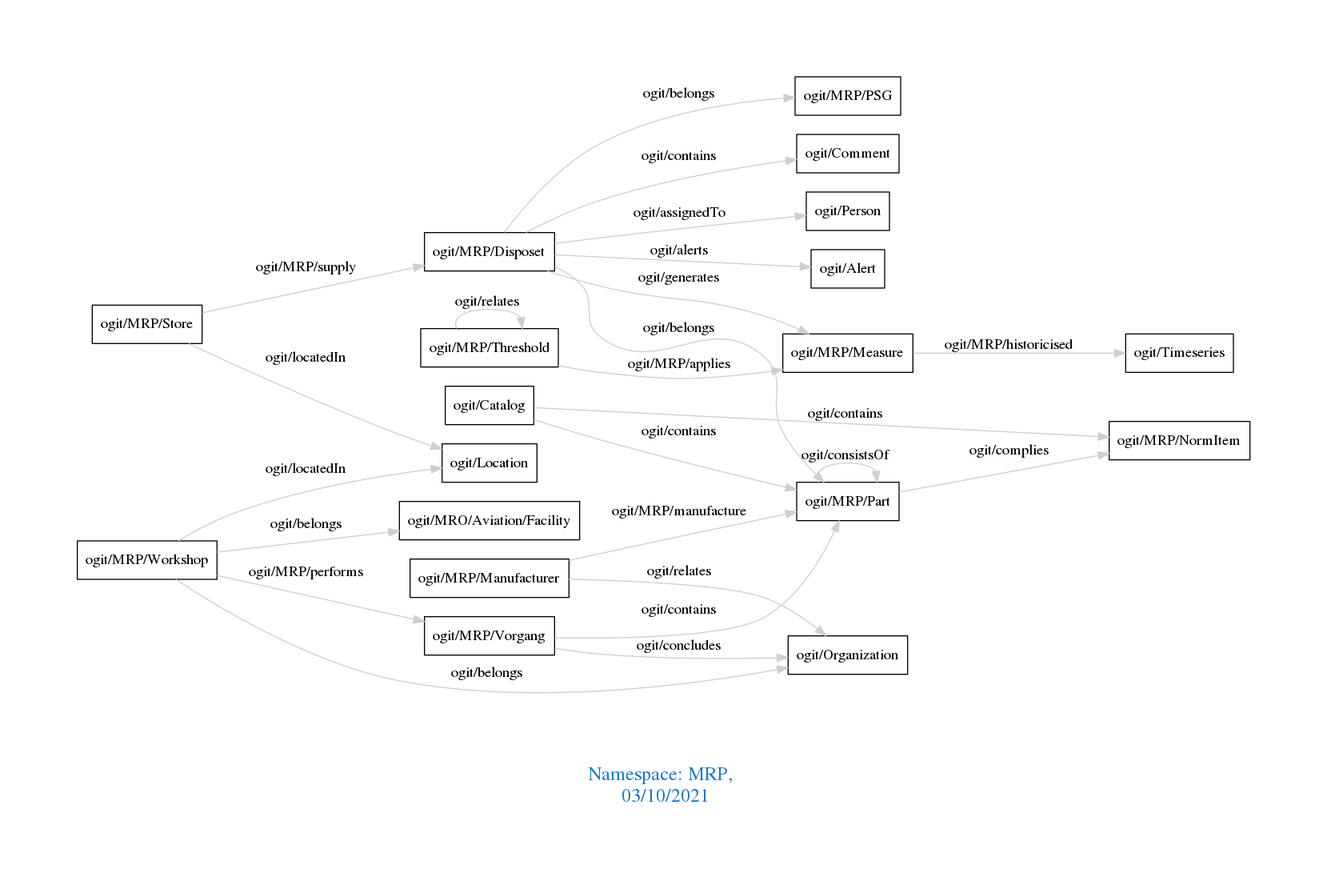
This is downloads/MRP.png from arago/OGIT, a Graphviz export, as it was before one commit. Its source is kept beside it as downloads/MRP.dot. Its diagram source:
```dot
digraph OGIT_ontology {
 graph [ rankdir= LR,pad=1
fontsize = 18,
fontcolor= dodgerblue3,label = "\n\n\nNamespace: MRP, \n 03/10/2021"];
node[shape=polygon];
edge [  color="gray81"];

   "ogit/MRP/Disposet" -> "ogit/Comment" [label="   ogit/contains    "];
   "ogit/MRP/Vorgang" -> "ogit/MRP/Part" [label="   ogit/contains    "];
   "ogit/Catalog" -> "ogit/MRP/NormItem" [label="   ogit/contains    "];
   "ogit/Catalog" -> "ogit/MRP/Part" [label="   ogit/contains    "];
   "ogit/MRP/Vorgang" -> "ogit/Organization" [label="   ogit/concludes    "];
   "ogit/MRP/Disposet" -> "ogit/Person" [label="   ogit/assignedTo    "];
   "ogit/MRP/Disposet" -> "ogit/MRP/Measure" [label="   ogit/generates    "];
   "ogit/MRP/Threshold" -> "ogit/MRP/Measure" [label="   ogit/MRP/applies    "];
   "ogit/MRP/Part" -> "ogit/MRP/NormItem" [label="   ogit/complies    "];
   "ogit/MRP/Workshop" -> "ogit/MRP/Vorgang" [label="   ogit/MRP/performs    "];
   "ogit/MRP/Disposet" -> "ogit/Alert" [label="   ogit/alerts    "];
   "ogit/MRP/Store" -> "ogit/Location" [label="   ogit/locatedIn    "];
   "ogit/MRP/Workshop" -> "ogit/Location" [label="   ogit/locatedIn    "];
   "ogit/MRP/Measure" -> "ogit/Timeseries" [label="   ogit/MRP/historicised    "];
   "ogit/MRP/Manufacturer" -> "ogit/MRP/Part" [label="   ogit/MRP/manufacture    "];
   "ogit/MRP/Store" -> "ogit/MRP/Disposet" [label="   ogit/MRP/supply    "];
   "ogit/MRP/Disposet" -> "ogit/MRP/Part" [label="   ogit/belongs    "];
   "ogit/MRP/Disposet" -> "ogit/MRP/PSG" [label="   ogit/belongs    "];
   "ogit/MRP/Workshop" -> "ogit/MRO/Aviation/Facility" [label="   ogit/belongs    "];
   "ogit/MRP/Workshop" -> "ogit/Organization" [label="   ogit/belongs    "];
   "ogit/MRP/Manufacturer" -> "ogit/Organization" [label="   ogit/relates    "];
   "ogit/MRP/Threshold" -> "ogit/MRP/Threshold" [label="   ogit/relates    "];
   "ogit/MRP/Part" -> "ogit/MRP/Part" [label="   ogit/consistsOf    "];
}
```
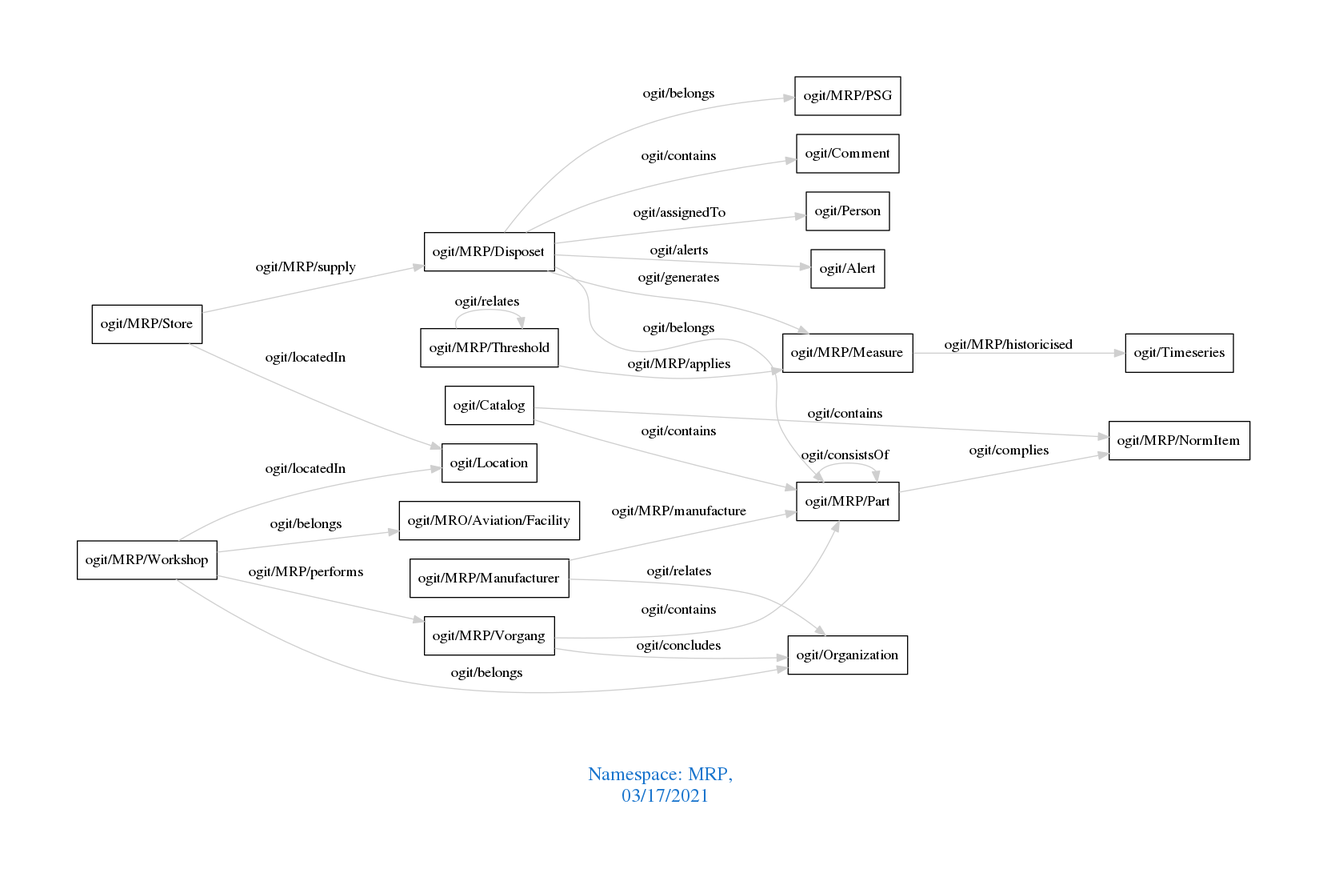
After the change.

What changed in the source:
```diff
@@ -1,7 +1,7 @@
 digraph OGIT_ontology {
  graph [ rankdir= LR,pad=1
 fontsize = 18,
-fontcolor= dodgerblue3,label = "\n\n\nNamespace: MRP, \n 03/10/2021"];
+fontcolor= dodgerblue3,label = "\n\n\nNamespace: MRP, \n 03/17/2021"];
 node[shape=polygon];
 edge [  color="gray81"];
 
```
